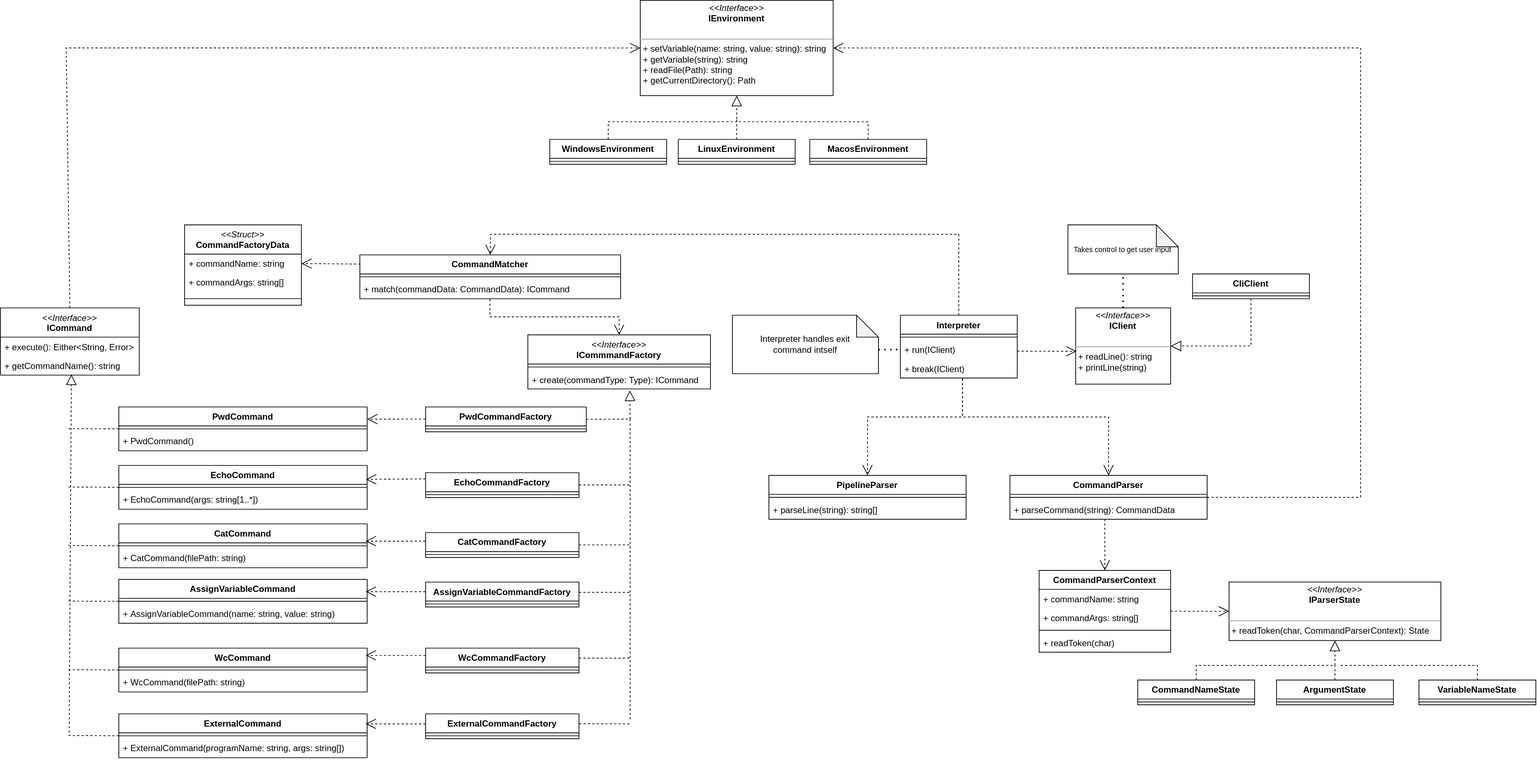
Earlier version of the draw.io export CLI/ClassDiagram.svg (Alexander-Ploskin/architecture-course). Source tidied: cells renumbered, new cells last; positions are measured from the earlier drawing's top-left corner, leaving out a move shared by most shapes.
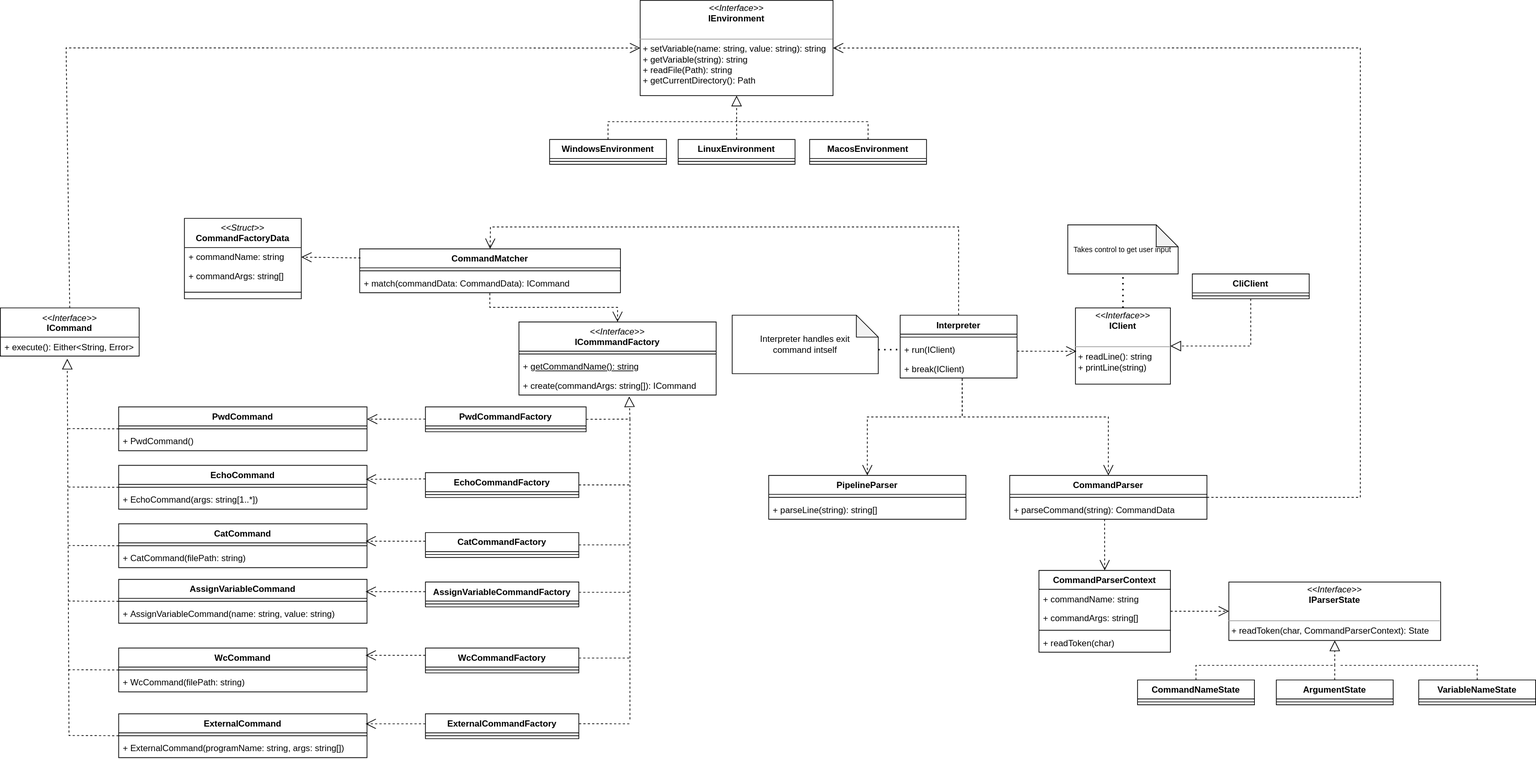
The same file after the commit.

The edit, as a diff of the source:
```diff
@@ -9,14 +9,11 @@
       <mxGeometry y="26" width="160" height="8" as="geometry" />
     </mxCell>
     <mxCell id="4" value="&lt;b style=&quot;border-color: var(--border-color);&quot;&gt;&lt;i style=&quot;border-color: var(--border-color); font-weight: 400;&quot;&gt;&amp;lt;&amp;lt;Interface&amp;gt;&amp;gt;&lt;/i&gt;&lt;br style=&quot;border-color: var(--border-color); font-weight: 400;&quot;&gt;&lt;/b&gt;ICommand" style="swimlane;fontStyle=1;align=center;verticalAlign=top;horizontal=1;startSize=40;whiteSpace=wrap;html=1;" parent="1" vertex="1">
-      <mxGeometry y="420.8" width="190" height="92" as="geometry" />
+      <mxGeometry y="420.8" width="190" height="66" as="geometry" />
     </mxCell>
     <mxCell id="5" value="+ execute(): Either&amp;lt;String, Error&amp;gt;" style="text;strokeColor=none;fillColor=none;align=left;verticalAlign=top;spacingLeft=4;spacingRight=4;overflow=hidden;points=[[0,0.5],[1,0.5]];portConstraint=eastwest;whiteSpace=wrap;html=1;" parent="4" vertex="1">
       <mxGeometry y="40" width="190" height="26" as="geometry" />
     </mxCell>
-    <mxCell id="6" value="+ getCommandName(): string" style="text;strokeColor=none;fillColor=none;align=left;verticalAlign=top;spacingLeft=4;spacingRight=4;overflow=hidden;points=[[0,0.5],[1,0.5]];portConstraint=eastwest;whiteSpace=wrap;html=1;" parent="4" vertex="1">
-      <mxGeometry y="66" width="190" height="26" as="geometry" />
-    </mxCell>
     <mxCell id="7" value="CommandParser" style="swimlane;fontStyle=1;align=center;verticalAlign=top;horizontal=1;startSize=26;whiteSpace=wrap;html=1;" parent="1" vertex="1">
       <mxGeometry x="1382" y="650" width="270" height="60" as="geometry" />
     </mxCell>
@@ -108,7 +105,7 @@
       <mxGeometry y="34" width="270" height="26" as="geometry" />
     </mxCell>
     <mxCell id="37" value="CommandMatcher" style="swimlane;fontStyle=1;align=center;verticalAlign=top;horizontal=1;startSize=26;whiteSpace=wrap;html=1;" parent="1" vertex="1">
-      <mxGeometry x="492" y="348.3" width="357" height="60" as="geometry" />
+      <mxGeometry x="492" y="340" width="357" height="60" as="geometry" />
     </mxCell>
     <mxCell id="38" style="line;strokeWidth=1;fillColor=none;align=left;verticalAlign=middle;spacingTop=-1;spacingLeft=3;spacingRight=3;labelPosition=right;strokeColor=inherit;" parent="37" vertex="1">
       <mxGeometry y="26" width="357" height="8" as="geometry" />
@@ -159,13 +156,16 @@
       <mxGeometry x="1472" y="420.8" width="130" height="104.3" as="geometry" />
     </mxCell>
     <mxCell id="50" value="&lt;b style=&quot;border-color: var(--border-color);&quot;&gt;&lt;i style=&quot;border-color: var(--border-color); font-weight: 400;&quot;&gt;&amp;lt;&amp;lt;Interface&amp;gt;&amp;gt;&lt;/i&gt;&lt;br style=&quot;border-color: var(--border-color); font-weight: 400;&quot;&gt;&lt;/b&gt;ICommmandFactory" style="swimlane;fontStyle=1;align=center;verticalAlign=top;horizontal=1;startSize=40;whiteSpace=wrap;html=1;" parent="1" vertex="1">
-      <mxGeometry x="722" y="457.8" width="250" height="74" as="geometry" />
+      <mxGeometry x="710" y="440" width="270" height="100" as="geometry" />
     </mxCell>
     <mxCell id="51" style="line;strokeWidth=1;fillColor=none;align=left;verticalAlign=middle;spacingTop=-1;spacingLeft=3;spacingRight=3;labelPosition=right;strokeColor=inherit;" parent="50" vertex="1">
-      <mxGeometry y="40" width="250" height="8" as="geometry" />
+      <mxGeometry y="40" width="270" height="8" as="geometry" />
     </mxCell>
+    <mxCell id="6" value="+ &lt;u&gt;getCommandName(): string&lt;/u&gt;" style="text;strokeColor=none;fillColor=none;align=left;verticalAlign=top;spacingLeft=4;spacingRight=4;overflow=hidden;points=[[0,0.5],[1,0.5]];portConstraint=eastwest;whiteSpace=wrap;html=1;" parent="50" vertex="1">
+      <mxGeometry y="48" width="270" height="26" as="geometry" />
+    </mxCell>
-    <mxCell id="52" value="+ create(commandType: Type): ICommand" style="text;strokeColor=none;fillColor=none;align=left;verticalAlign=top;spacingLeft=4;spacingRight=4;overflow=hidden;points=[[0,0.5],[1,0.5]];portConstraint=eastwest;whiteSpace=wrap;html=1;" parent="50" vertex="1">
-      <mxGeometry y="48" width="250" height="26" as="geometry" />
+    <mxCell id="52" value="+ create(commandArgs: string[]): ICommand" style="text;strokeColor=none;fillColor=none;align=left;verticalAlign=top;spacingLeft=4;spacingRight=4;overflow=hidden;points=[[0,0.5],[1,0.5]];portConstraint=eastwest;whiteSpace=wrap;html=1;" parent="50" vertex="1">
+      <mxGeometry y="74" width="270" height="26" as="geometry" />
     </mxCell>
     <mxCell id="53" style="endArrow=block;dashed=1;endFill=0;endSize=12;html=1;rounded=0;entryX=1;entryY=0.5;entryDx=0;entryDy=0;exitX=0.5;exitY=1;exitDx=0;exitDy=0;" parent="1" edge="1" source="47" target="49">
       <mxGeometry relative="1" as="geometry">
@@ -223,7 +223,7 @@
       <mxGeometry y="26" width="160" height="8" as="geometry" />
     </mxCell>
     <mxCell id="66" value="&lt;b style=&quot;border-color: var(--border-color);&quot;&gt;&lt;i style=&quot;border-color: var(--border-color); font-weight: 400;&quot;&gt;&amp;lt;&amp;lt;Struct&amp;gt;&amp;gt;&lt;/i&gt;&lt;br style=&quot;border-color: var(--border-color); font-weight: 400;&quot;&gt;&lt;/b&gt;CommandFactoryData" style="swimlane;fontStyle=1;align=center;verticalAlign=top;horizontal=1;startSize=40;whiteSpace=wrap;html=1;" parent="1" vertex="1">
-      <mxGeometry x="252" y="307.2" width="160" height="110" as="geometry" />
+      <mxGeometry x="252" y="298.3" width="160" height="110" as="geometry" />
     </mxCell>
     <mxCell id="67" value="+ commandName: string" style="text;strokeColor=none;fillColor=none;align=left;verticalAlign=top;spacingLeft=4;spacingRight=4;overflow=hidden;points=[[0,0.5],[1,0.5]];portConstraint=eastwest;whiteSpace=wrap;html=1;" parent="66" vertex="1">
       <mxGeometry y="40" width="160" height="26" as="geometry" />
@@ -299,8 +299,8 @@
     <mxCell id="85" style="endArrow=open;endSize=12;dashed=1;html=1;rounded=0;exitX=0.5;exitY=0;exitDx=0;exitDy=0;entryX=0.5;entryY=0;entryDx=0;entryDy=0;" parent="1" edge="1" source="27" target="37">
       <mxGeometry relative="1" as="geometry">
         <Array as="points">
-          <mxPoint x="1312" y="320" />
-          <mxPoint x="671" y="320" />
+          <mxPoint x="1312" y="310" />
+          <mxPoint x="671" y="310" />
         </Array>
       </mxGeometry>
     </mxCell>
@@ -347,7 +347,7 @@
         </Array>
       </mxGeometry>
     </mxCell>
-    <mxCell id="99" style="endArrow=block;dashed=1;endFill=0;endSize=12;html=1;rounded=0;exitX=0;exitY=0.5;exitDx=0;exitDy=0;entryX=0.511;entryY=0.958;entryDx=0;entryDy=0;entryPerimeter=0;" parent="1" edge="1" source="56" target="6">
+    <mxCell id="99" style="endArrow=block;dashed=1;endFill=0;endSize=12;html=1;rounded=0;exitX=0;exitY=0.5;exitDx=0;exitDy=0;entryX=0.482;entryY=1.139;entryDx=0;entryDy=0;entryPerimeter=0;" parent="1" edge="1" source="56" target="5">
       <mxGeometry relative="1" as="geometry">
         <Array as="points">
           <mxPoint x="94" y="1006" />
```
